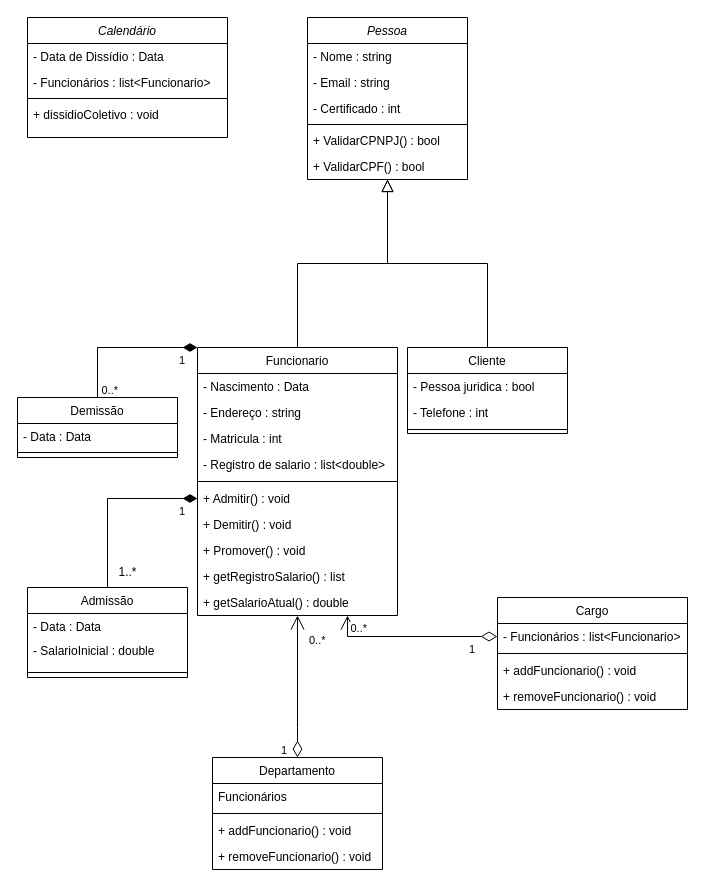
Above: Sprint1.drawio in LDLPiao/tp_poo (draw.io), before the change. Source tidied: cells renumbered, new cells numbered last; positions are measured from the earlier drawing's top-left corner, leaving out a move shared by most shapes. Both pictures are drawn from the tidied source at 100%, with x=0, y=0 at pixel (17, 17).
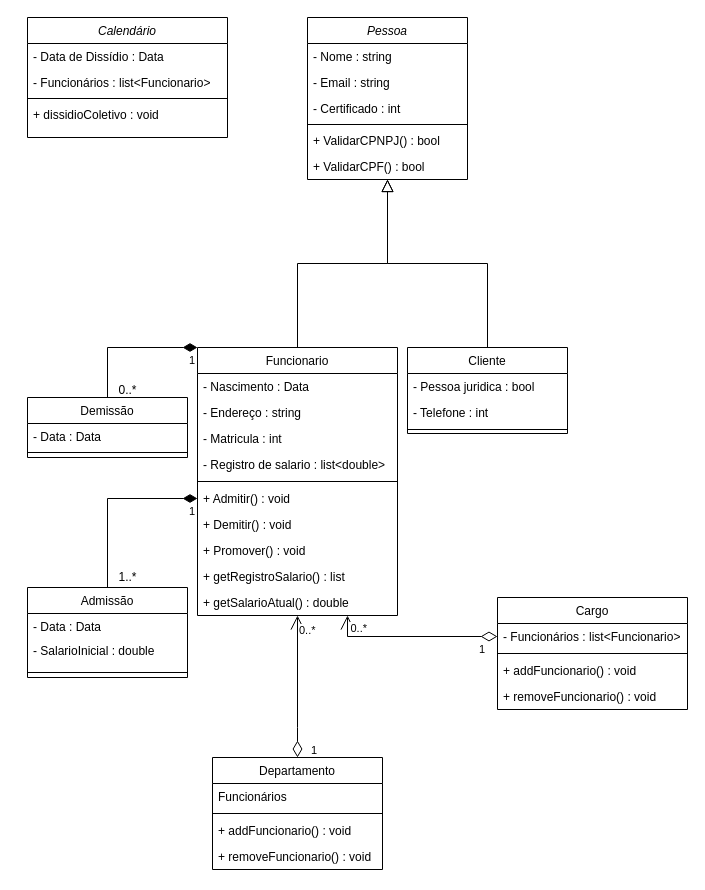
Above is the later version.

The change refers to these unchanged cells:
```xml
<mxCell id="36" style="endArrow=open;html=1;endSize=12;startArrow=diamondThin;startSize=14;startFill=0;edgeStyle=orthogonalEdgeStyle;rounded=0;exitX=0;exitY=0.5;exitDx=0;exitDy=0;entryX=0.75;entryY=1;entryDx=0;entryDy=0;" parent="1" edge="1" source="32" target="9">
  <mxGeometry relative="1" as="geometry" />
</mxCell>
<mxCell id="39" style="endArrow=open;html=1;endSize=12;startArrow=diamondThin;startSize=14;startFill=0;edgeStyle=orthogonalEdgeStyle;rounded=0;entryX=0.5;entryY=1;entryDx=0;entryDy=0;exitX=0.5;exitY=0;exitDx=0;exitDy=0;" parent="1" edge="1" source="26" target="9">
  <mxGeometry x="0.08" y="100" relative="1" as="geometry">
    <Array as="points">
      <mxPoint x="280" y="710" />
      <mxPoint x="280" y="710" />
    </Array>
  </mxGeometry>
</mxCell>
<mxCell id="42" style="endArrow=diamondThin;html=1;startArrow=none;startFill=0;edgeStyle=orthogonalEdgeStyle;rounded=0;entryX=0;entryY=0.5;entryDx=0;entryDy=0;exitX=0.5;exitY=0;exitDx=0;exitDy=0;endFill=1;endSize=12;" parent="1" edge="1" source="44" target="15">
  <mxGeometry x="0.08" y="100" relative="1" as="geometry">
    <Array as="points">
      <mxPoint x="90" y="481" />
    </Array>
  </mxGeometry>
</mxCell>
```

The edit, as a diff of the source:
```diff
@@
     <mxCell id="37" value="1" style="edgeLabel;html=1;align=left;verticalAlign=top;" parent="36" vertex="1">
       <mxGeometry x="-1" relative="1" as="geometry">
-        <mxPoint x="-30" as="offset" />
+        <mxPoint x="-20" as="offset" />
       </mxGeometry>
     </mxCell>
@@
     <mxCell id="40" value="0..*" style="edgeLabel;html=1;align=left;verticalAlign=top;" parent="39" vertex="1">
       <mxGeometry x="-1" relative="1" as="geometry">
-        <mxPoint x="10" y="-130" as="offset" />
+        <mxPoint y="-140" as="offset" />
       </mxGeometry>
     </mxCell>
     <mxCell id="41" value="1" style="edgeLabel;html=1;align=right;verticalAlign=top;" parent="39" vertex="1">
       <mxGeometry x="1" relative="1" as="geometry">
-        <mxPoint x="-10" y="122" as="offset" />
+        <mxPoint x="20" y="122" as="offset" />
       </mxGeometry>
     </mxCell>
@@
     <mxCell id="43" value="1" style="edgeLabel;html=1;align=left;verticalAlign=top;" parent="42" vertex="1">
       <mxGeometry x="-1" relative="1" as="geometry">
-        <mxPoint x="70" y="-89" as="offset" />
+        <mxPoint x="80" y="-89" as="offset" />
       </mxGeometry>
     </mxCell>
@@
     <mxCell id="48" value="1..*" style="text;html=1;align=center;verticalAlign=middle;strokeColor=none;fillColor=none;" parent="1" vertex="1">
-      <mxGeometry x="90" y="540" width="40" height="30" as="geometry" />
+      <mxGeometry x="90" y="545" width="40" height="30" as="geometry" />
     </mxCell>
     <mxCell id="49" value="Demissão" style="swimlane;fontStyle=0;align=center;verticalAlign=top;horizontal=1;startSize=26;rounded=0;shadow=0;strokeWidth=1;" parent="1" vertex="1">
-      <mxGeometry y="380" width="160" height="60" as="geometry" />
+      <mxGeometry x="10" y="380" width="160" height="60" as="geometry" />
     </mxCell>
@@
     <mxCell id="52" style="endArrow=diamondThin;html=1;endSize=12;startArrow=none;startSize=14;startFill=0;edgeStyle=orthogonalEdgeStyle;rounded=0;exitX=0.5;exitY=0;exitDx=0;exitDy=0;endFill=1;" parent="1" edge="1" source="49">
       <mxGeometry relative="1" as="geometry">
         <mxPoint x="180" y="330" as="targetPoint" />
         <Array as="points">
-          <mxPoint x="80" y="330" />
+          <mxPoint x="90" y="330" />
         </Array>
       </mxGeometry>
     </mxCell>
@@
-    <mxCell id="54" value="0..*" style="edgeLabel;html=1;align=right;verticalAlign=top;" parent="52" vertex="1">
-      <mxGeometry x="1" relative="1" as="geometry">
-        <mxPoint x="-79" y="30" as="offset" />
-      </mxGeometry>
-    </mxCell>
@@
+    <mxCell id="54" value="0..*" style="text;html=1;align=center;verticalAlign=middle;strokeColor=none;fillColor=none;" parent="1" vertex="1">
+      <mxGeometry x="90" y="358" width="40" height="30" as="geometry" />
+    </mxCell>
```
